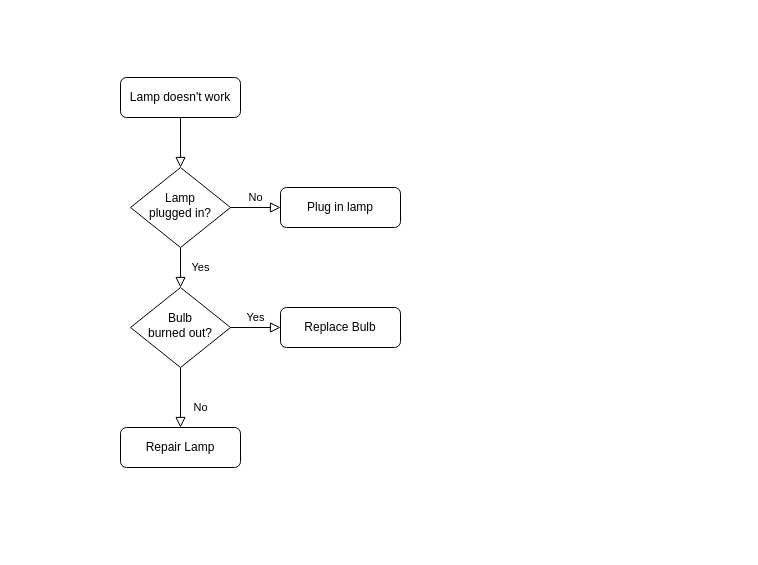
The draw.io diagram page "邀请模式" (2 of 2) of 访客系统/访客系统.drawio in animitta/graph, before the edit. Source tidied: cells renumbered, new cells numbered last; positions are measured from the earlier drawing's top-left corner, leaving out a move shared by most shapes. Both pictures are drawn from the tidied source at 100%, with x=0, y=0 at pixel (120, 77).
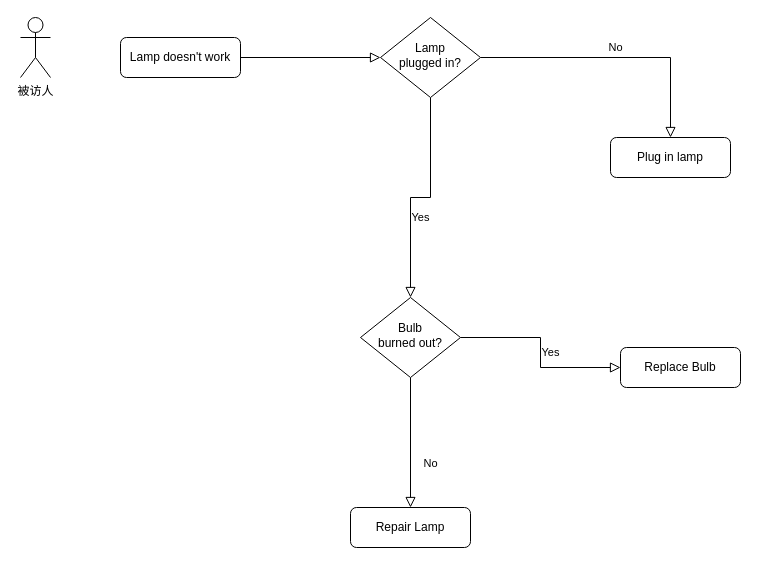
After the change.

Change to the diagram source:
```diff
@@
 <mxGraphModel>
   <root>
     <mxCell id="0" />
     <mxCell id="1" parent="0" />
     <mxCell id="2" style="rounded=0;html=1;jettySize=auto;fontSize=11;endArrow=block;endFill=0;endSize=8;strokeWidth=1;shadow=0;labelBackgroundColor=none;edgeStyle=orthogonalEdgeStyle;" parent="1" edge="1" source="3" target="6">
       <mxGeometry relative="1" as="geometry" />
     </mxCell>
     <mxCell id="3" value="Lamp doesn't work" style="rounded=1;whiteSpace=wrap;html=1;fontSize=12;glass=0;strokeWidth=1;shadow=0;" parent="1" vertex="1">
-      <mxGeometry width="120" height="40" as="geometry" />
+      <mxGeometry y="-40" width="120" height="40" as="geometry" />
     </mxCell>
     <mxCell id="4" value="Yes" style="rounded=0;html=1;jettySize=auto;fontSize=11;endArrow=block;endFill=0;endSize=8;strokeWidth=1;shadow=0;labelBackgroundColor=none;edgeStyle=orthogonalEdgeStyle;" parent="1" edge="1" source="6" target="10">
       <mxGeometry y="20" relative="1" as="geometry" />
     </mxCell>
     <mxCell id="5" value="No" style="edgeStyle=orthogonalEdgeStyle;rounded=0;html=1;jettySize=auto;fontSize=11;endArrow=block;endFill=0;endSize=8;strokeWidth=1;shadow=0;labelBackgroundColor=none;" parent="1" edge="1" source="6" target="7">
       <mxGeometry y="10" relative="1" as="geometry" />
     </mxCell>
     <mxCell id="6" value="Lamp&lt;br&gt;plugged in?" style="rhombus;whiteSpace=wrap;html=1;shadow=0;fontFamily=Helvetica;fontSize=12;align=center;strokeWidth=1;spacing=6;spacingTop=-4;" parent="1" vertex="1">
-      <mxGeometry x="10" y="90" width="100" height="80" as="geometry" />
+      <mxGeometry x="260" y="-60" width="100" height="80" as="geometry" />
     </mxCell>
     <mxCell id="7" value="Plug in lamp" style="rounded=1;whiteSpace=wrap;html=1;fontSize=12;glass=0;strokeWidth=1;shadow=0;" parent="1" vertex="1">
-      <mxGeometry x="160" y="110" width="120" height="40" as="geometry" />
+      <mxGeometry x="490" y="60" width="120" height="40" as="geometry" />
     </mxCell>
     <mxCell id="8" value="No" style="rounded=0;html=1;jettySize=auto;fontSize=11;endArrow=block;endFill=0;endSize=8;strokeWidth=1;shadow=0;labelBackgroundColor=none;edgeStyle=orthogonalEdgeStyle;" parent="1" edge="1" source="10" target="11">
       <mxGeometry x="0.33" y="20" relative="1" as="geometry" />
     </mxCell>
     <mxCell id="9" value="Yes" style="edgeStyle=orthogonalEdgeStyle;rounded=0;html=1;jettySize=auto;fontSize=11;endArrow=block;endFill=0;endSize=8;strokeWidth=1;shadow=0;labelBackgroundColor=none;" parent="1" edge="1" source="10" target="12">
       <mxGeometry y="10" relative="1" as="geometry" />
     </mxCell>
     <mxCell id="10" value="Bulb&lt;br&gt;burned out?" style="rhombus;whiteSpace=wrap;html=1;shadow=0;fontFamily=Helvetica;fontSize=12;align=center;strokeWidth=1;spacing=6;spacingTop=-4;" parent="1" vertex="1">
-      <mxGeometry x="10" y="210" width="100" height="80" as="geometry" />
+      <mxGeometry x="240" y="220" width="100" height="80" as="geometry" />
     </mxCell>
     <mxCell id="11" value="Repair Lamp" style="rounded=1;whiteSpace=wrap;html=1;fontSize=12;glass=0;strokeWidth=1;shadow=0;" parent="1" vertex="1">
-      <mxGeometry y="350" width="120" height="40" as="geometry" />
+      <mxGeometry x="230" y="430" width="120" height="40" as="geometry" />
     </mxCell>
     <mxCell id="12" value="Replace Bulb" style="rounded=1;whiteSpace=wrap;html=1;fontSize=12;glass=0;strokeWidth=1;shadow=0;" parent="1" vertex="1">
-      <mxGeometry x="160" y="230" width="120" height="40" as="geometry" />
+      <mxGeometry x="500" y="270" width="120" height="40" as="geometry" />
     </mxCell>
+    <mxCell id="13" value="被访人" style="shape=umlActor;verticalLabelPosition=bottom;verticalAlign=top;html=1;" parent="1" vertex="1">
+      <mxGeometry x="-100" y="-60" width="30" height="60" as="geometry" />
+    </mxCell>
   </root>
 </mxGraphModel>
```
